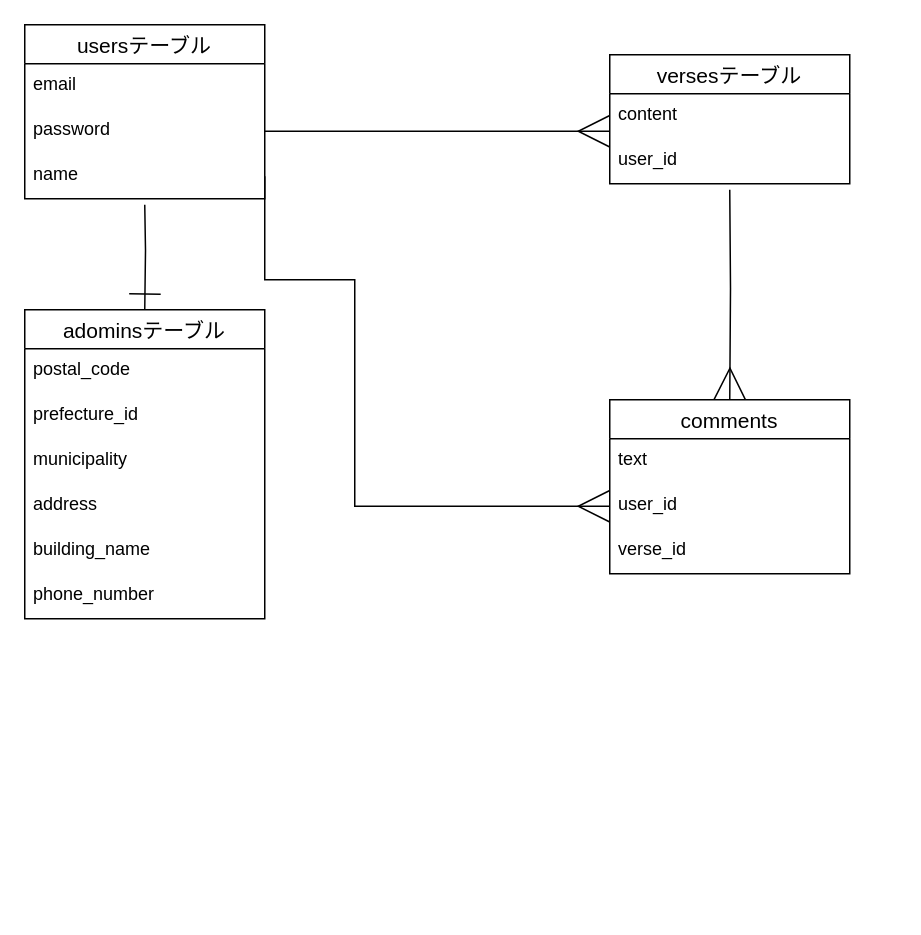
Above: cipher.dio in hayato-lang/cipher (draw.io), before the change. Source tidied: cells renumbered, new cells numbered last; positions are measured from the earlier drawing's top-left corner, leaving out a move shared by most shapes. Both pictures are drawn from the tidied source at 150%, with x=0, y=0 at pixel (24, 24).
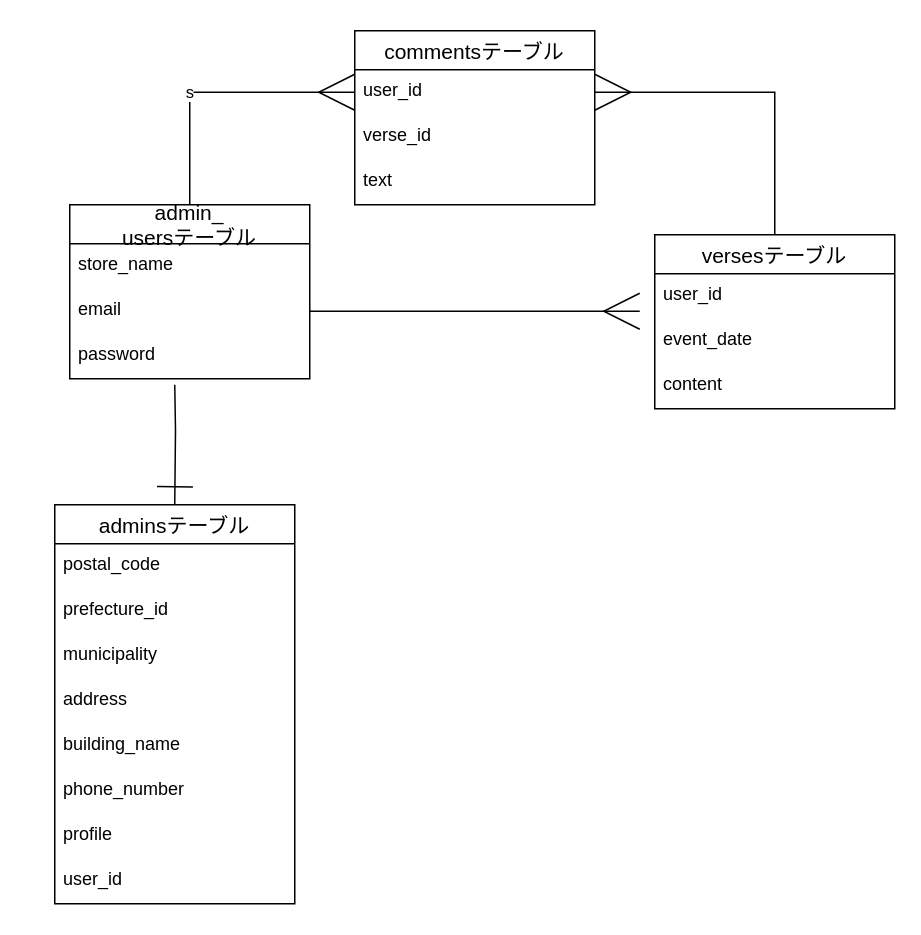
After the change.

The edit, as a diff of the source:
```diff
@@
+    <mxCell id="24" value="commentsテーブル" style="swimlane;fontStyle=0;horizontal=1;startSize=26;align=center;fontSize=14;" parent="1" vertex="1">
+      <mxGeometry x="220" y="4" width="160" height="116" as="geometry" />
+    </mxCell>
+    <mxCell id="25" value="user_id" style="text;strokeColor=none;fillColor=none;spacingLeft=4;spacingRight=4;overflow=hidden;points=[[0,0.5],[1,0.5]];portConstraint=eastwest;fontSize=12;" parent="24" vertex="1">
+      <mxGeometry y="26" width="160" height="30" as="geometry" />
+    </mxCell>
+    <mxCell id="26" value="verse_id" style="text;strokeColor=none;fillColor=none;spacingLeft=4;spacingRight=4;overflow=hidden;fontSize=12;" parent="24" vertex="1">
+      <mxGeometry y="56" width="160" height="30" as="geometry" />
+    </mxCell>
-    <mxCell id="2" value="usersテーブル" style="swimlane;fontStyle=0;horizontal=1;startSize=26;align=center;fontSize=14;" parent="1" vertex="1">
-      <mxGeometry width="160" height="116" as="geometry" />
+    <mxCell id="2" value="text" style="text;strokeColor=none;fillColor=none;spacingLeft=4;spacingRight=4;overflow=hidden;fontSize=12;" parent="24" vertex="1">
+      <mxGeometry y="86" width="160" height="30" as="geometry" />
     </mxCell>
+    <mxCell id="8" value="s" style="edgeStyle=orthogonalEdgeStyle;rounded=0;jettySize=auto;html=1;exitX=0.5;exitY=0;exitDx=0;exitDy=0;entryX=0;entryY=0.5;entryDx=0;entryDy=0;endSize=22;endArrow=ERmany;endFill=0;" parent="1" edge="1" source="3" target="25">
+      <mxGeometry x="-0.19" relative="1" as="geometry" />
+    </mxCell>
-    <mxCell id="3" value="email&#10;" style="text;strokeColor=none;fillColor=none;spacingLeft=4;spacingRight=4;overflow=hidden;points=[[0,0.5],[1,0.5]];portConstraint=eastwest;fontSize=12;" parent="2" vertex="1">
-      <mxGeometry y="26" width="160" height="30" as="geometry" />
+    <mxCell id="3" value="admin_&#10;usersテーブル" style="swimlane;fontStyle=0;horizontal=1;startSize=26;align=center;fontSize=14;" parent="1" vertex="1">
+      <mxGeometry x="30" y="120" width="160" height="116" as="geometry" />
     </mxCell>
-    <mxCell id="4" value="password&#10;" style="text;strokeColor=none;fillColor=none;spacingLeft=4;spacingRight=4;overflow=hidden;points=[[0,0.5],[1,0.5]];portConstraint=eastwest;fontSize=12;" parent="2" vertex="1">
-      <mxGeometry y="56" width="160" height="30" as="geometry" />
+    <mxCell id="4" value="store_name" style="text;strokeColor=none;fillColor=none;spacingLeft=4;spacingRight=4;overflow=hidden;points=[[0,0.5],[1,0.5]];portConstraint=eastwest;fontSize=12;" parent="3" vertex="1">
+      <mxGeometry y="26" width="160" height="30" as="geometry" />
     </mxCell>
-    <mxCell id="5" value="name" style="text;strokeColor=none;fillColor=none;spacingLeft=4;spacingRight=4;overflow=hidden;points=[[0,0.5],[1,0.5]];portConstraint=eastwest;fontSize=12;" parent="2" vertex="1">
-      <mxGeometry y="86" width="160" height="30" as="geometry" />
+    <mxCell id="5" value="email" style="text;strokeColor=none;fillColor=none;spacingLeft=4;spacingRight=4;overflow=hidden;points=[[0,0.5],[1,0.5]];portConstraint=eastwest;fontSize=12;" parent="3" vertex="1">
+      <mxGeometry y="56" width="160" height="30" as="geometry" />
     </mxCell>
-    <mxCell id="6" value="versesテーブル" style="swimlane;fontStyle=0;horizontal=1;startSize=26;align=center;fontSize=14;" parent="1" vertex="1">
-      <mxGeometry x="390" y="20" width="160" height="86" as="geometry" />
+    <mxCell id="6" value="password" style="text;strokeColor=none;fillColor=none;spacingLeft=4;spacingRight=4;overflow=hidden;fontSize=12;" parent="3" vertex="1">
+      <mxGeometry y="86" width="160" height="30" as="geometry" />
     </mxCell>
+    <mxCell id="27" style="edgeStyle=orthogonalEdgeStyle;rounded=0;jettySize=auto;html=1;exitX=0.5;exitY=0;exitDx=0;exitDy=0;entryX=1;entryY=0.5;entryDx=0;entryDy=0;endArrow=ERmany;endFill=0;endSize=22;" parent="1" edge="1" source="28" target="25">
+      <mxGeometry relative="1" as="geometry" />
+    </mxCell>
+    <mxCell id="28" value="versesテーブル" style="swimlane;fontStyle=0;horizontal=1;startSize=26;align=center;fontSize=14;" parent="1" vertex="1">
+      <mxGeometry x="420" y="140" width="160" height="116" as="geometry" />
+    </mxCell>
+    <mxCell id="29" value="user_id" style="text;strokeColor=none;fillColor=none;spacingLeft=4;spacingRight=4;overflow=hidden;fontSize=12;" parent="28" vertex="1">
+      <mxGeometry y="26" width="160" height="30" as="geometry" />
+    </mxCell>
+    <mxCell id="10" value="event_date" style="text;strokeColor=none;fillColor=none;spacingLeft=4;spacingRight=4;overflow=hidden;points=[[0,0.5],[1,0.5]];portConstraint=eastwest;fontSize=12;" parent="28" vertex="1">
+      <mxGeometry y="56" width="160" height="30" as="geometry" />
+    </mxCell>
+    <mxCell id="30" value="content&#10;" style="text;strokeColor=none;fillColor=none;spacingLeft=4;spacingRight=4;overflow=hidden;fontSize=12;" parent="28" vertex="1">
+      <mxGeometry y="86" width="160" height="30" as="geometry" />
+    </mxCell>
-    <mxCell id="7" value="content" style="text;strokeColor=none;fillColor=none;spacingLeft=4;spacingRight=4;overflow=hidden;fontSize=12;" parent="6" vertex="1">
-      <mxGeometry y="26" width="160" height="30" as="geometry" />
+    <mxCell id="7" style="edgeStyle=orthogonalEdgeStyle;rounded=0;jettySize=auto;html=1;exitX=0.5;exitY=0;exitDx=0;exitDy=0;endArrow=ERone;endFill=0;endSize=22;entryX=0.5;entryY=0;entryDx=0;entryDy=0;" parent="1" edge="1" target="11">
+      <mxGeometry relative="1" as="geometry">
+        <mxPoint x="100" y="240" as="sourcePoint" />
+      </mxGeometry>
     </mxCell>
-    <mxCell id="8" value="user_id" style="text;strokeColor=none;fillColor=none;spacingLeft=4;spacingRight=4;overflow=hidden;fontSize=12;" parent="6" vertex="1">
-      <mxGeometry y="56" width="160" height="30" as="geometry" />
-    </mxCell>
-    <mxCell id="9" style="edgeStyle=orthogonalEdgeStyle;rounded=0;jettySize=auto;html=1;exitX=0.5;exitY=0;exitDx=0;exitDy=0;endArrow=ERone;endFill=0;endSize=19;entryX=0.5;entryY=0;entryDx=0;entryDy=0;" parent="1" edge="1" target="10">
-      <mxGeometry relative="1" as="geometry">
-        <mxPoint x="80" y="120" as="sourcePoint" />
-      </mxGeometry>
-    </mxCell>
-    <mxCell id="10" value="adominsテーブル" style="swimlane;fontStyle=0;horizontal=1;startSize=26;align=center;fontSize=14;" parent="1" vertex="1">
-      <mxGeometry y="190" width="160" height="206" as="geometry" />
-    </mxCell>
-    <mxCell id="11" value="postal_code" style="text;strokeColor=none;fillColor=none;spacingLeft=4;spacingRight=4;overflow=hidden;points=[[0,0.5],[1,0.5]];portConstraint=eastwest;fontSize=12;" parent="10" vertex="1">
-      <mxGeometry y="26" width="160" height="30" as="geometry" />
+    <mxCell id="11" value="adminsテーブル" style="swimlane;fontStyle=0;horizontal=1;startSize=26;align=center;fontSize=14;" parent="1" vertex="1">
+      <mxGeometry x="20" y="320" width="160" height="266" as="geometry" />
     </mxCell>
-    <mxCell id="12" value="prefecture_id" style="text;strokeColor=none;fillColor=none;spacingLeft=4;spacingRight=4;overflow=hidden;fontSize=12;" parent="10" vertex="1">
-      <mxGeometry y="56" width="160" height="30" as="geometry" />
+    <mxCell id="12" value="postal_code" style="text;strokeColor=none;fillColor=none;spacingLeft=4;spacingRight=4;overflow=hidden;fontSize=12;" parent="11" vertex="1">
+      <mxGeometry y="26" width="160" height="30" as="geometry" />
     </mxCell>
-    <mxCell id="13" value="municipality" style="text;strokeColor=none;fillColor=none;spacingLeft=4;spacingRight=4;overflow=hidden;fontSize=12;" parent="10" vertex="1">
-      <mxGeometry y="86" width="160" height="30" as="geometry" />
+    <mxCell id="13" value="prefecture_id" style="text;strokeColor=none;fillColor=none;spacingLeft=4;spacingRight=4;overflow=hidden;fontSize=12;" parent="11" vertex="1">
+      <mxGeometry y="56" width="160" height="30" as="geometry" />
     </mxCell>
-    <mxCell id="14" value="address" style="text;strokeColor=none;fillColor=none;spacingLeft=4;spacingRight=4;overflow=hidden;fontSize=12;" parent="10" vertex="1">
-      <mxGeometry y="116" width="160" height="30" as="geometry" />
-    </mxCell>
-    <mxCell id="15" value="building_name" style="text;strokeColor=none;fillColor=none;spacingLeft=4;spacingRight=4;overflow=hidden;fontSize=12;" parent="10" vertex="1">
-      <mxGeometry y="146" width="160" height="30" as="geometry" />
-    </mxCell>
-    <mxCell id="16" value="phone_number" style="text;strokeColor=none;fillColor=none;spacingLeft=4;spacingRight=4;overflow=hidden;fontSize=12;" parent="10" vertex="1">
-      <mxGeometry y="176" width="160" height="30" as="geometry" />
-    </mxCell>
-    <mxCell id="17" style="edgeStyle=orthogonalEdgeStyle;rounded=0;jettySize=auto;html=1;exitX=0.5;exitY=0;exitDx=0;exitDy=0;endArrow=ERmany;endFill=0;endSize=19;entryX=0.5;entryY=0;entryDx=0;entryDy=0;" parent="1" edge="1" target="18">
-      <mxGeometry relative="1" as="geometry">
-        <mxPoint x="470" y="110" as="sourcePoint" />
-      </mxGeometry>
-    </mxCell>
-    <mxCell id="18" value="comments" style="swimlane;fontStyle=0;horizontal=1;startSize=26;align=center;fontSize=14;" parent="1" vertex="1">
-      <mxGeometry x="390" y="250" width="160" height="116" as="geometry" />
+    <mxCell id="18" value="municipality" style="text;strokeColor=none;fillColor=none;spacingLeft=4;spacingRight=4;overflow=hidden;points=[[0,0.5],[1,0.5]];portConstraint=eastwest;fontSize=12;" parent="11" vertex="1">
+      <mxGeometry y="86" width="160" height="30" as="geometry" />
     </mxCell>
-    <mxCell id="19" value="text" style="text;strokeColor=none;fillColor=none;spacingLeft=4;spacingRight=4;overflow=hidden;fontSize=12;" parent="18" vertex="1">
-      <mxGeometry y="26" width="160" height="30" as="geometry" />
+    <mxCell id="19" value="address" style="text;strokeColor=none;fillColor=none;spacingLeft=4;spacingRight=4;overflow=hidden;fontSize=12;" parent="11" vertex="1">
+      <mxGeometry y="116" width="160" height="30" as="geometry" />
     </mxCell>
-    <mxCell id="20" value="user_id" style="text;strokeColor=none;fillColor=none;spacingLeft=4;spacingRight=4;overflow=hidden;points=[[0,0.5],[1,0.5]];portConstraint=eastwest;fontSize=12;" parent="18" vertex="1">
-      <mxGeometry y="56" width="160" height="30" as="geometry" />
+    <mxCell id="20" value="building_name" style="text;strokeColor=none;fillColor=none;spacingLeft=4;spacingRight=4;overflow=hidden;points=[[0,0.5],[1,0.5]];portConstraint=eastwest;fontSize=12;" parent="11" vertex="1">
+      <mxGeometry y="146" width="160" height="30" as="geometry" />
     </mxCell>
-    <mxCell id="21" value="verse_id" style="text;strokeColor=none;fillColor=none;spacingLeft=4;spacingRight=4;overflow=hidden;fontSize=12;" parent="18" vertex="1">
-      <mxGeometry y="86" width="160" height="30" as="geometry" />
+    <mxCell id="21" value="phone_number" style="text;strokeColor=none;fillColor=none;spacingLeft=4;spacingRight=4;overflow=hidden;fontSize=12;" parent="11" vertex="1">
+      <mxGeometry y="176" width="160" height="30" as="geometry" />
     </mxCell>
-    <mxCell id="22" style="edgeStyle=orthogonalEdgeStyle;rounded=0;jettySize=auto;html=1;exitX=1;exitY=0.5;exitDx=0;exitDy=0;endArrow=ERmany;endFill=0;endSize=19;" parent="1" edge="1" source="4">
-      <mxGeometry relative="1" as="geometry">
-        <mxPoint x="390" y="71" as="targetPoint" />
-      </mxGeometry>
-    </mxCell>
-    <mxCell id="23" style="edgeStyle=orthogonalEdgeStyle;rounded=0;jettySize=auto;html=1;exitX=1;exitY=0.5;exitDx=0;exitDy=0;entryX=0;entryY=0.5;entryDx=0;entryDy=0;endArrow=ERmany;endFill=0;endSize=19;" parent="1" edge="1" source="5" target="20">
-      <mxGeometry relative="1" as="geometry">
-        <Array as="points">
-          <mxPoint x="160" y="170" />
-          <mxPoint x="220" y="170" />
-          <mxPoint x="220" y="321" />
-        </Array>
-      </mxGeometry>
-    </mxCell>
+    <mxCell id="14" value="profile" style="text;strokeColor=none;fillColor=none;spacingLeft=4;spacingRight=4;overflow=hidden;fontSize=12;" parent="11" vertex="1">
+      <mxGeometry y="206" width="160" height="30" as="geometry" />
+    </mxCell>
+    <mxCell id="15" value="user_id" style="text;strokeColor=none;fillColor=none;spacingLeft=4;spacingRight=4;overflow=hidden;fontSize=12;" parent="11" vertex="1">
+      <mxGeometry y="236" width="160" height="30" as="geometry" />
+    </mxCell>
+    <mxCell id="31" style="edgeStyle=orthogonalEdgeStyle;rounded=0;jettySize=auto;html=1;exitX=1;exitY=0.5;exitDx=0;exitDy=0;endArrow=ERmany;endFill=0;endSize=22;" parent="1" edge="1" source="5">
+      <mxGeometry relative="1" as="geometry">
+        <mxPoint x="410" y="191" as="targetPoint" />
+        <Array as="points">
+          <mxPoint x="330" y="191" />
+          <mxPoint x="330" y="191" />
+        </Array>
+      </mxGeometry>
+    </mxCell>
```
